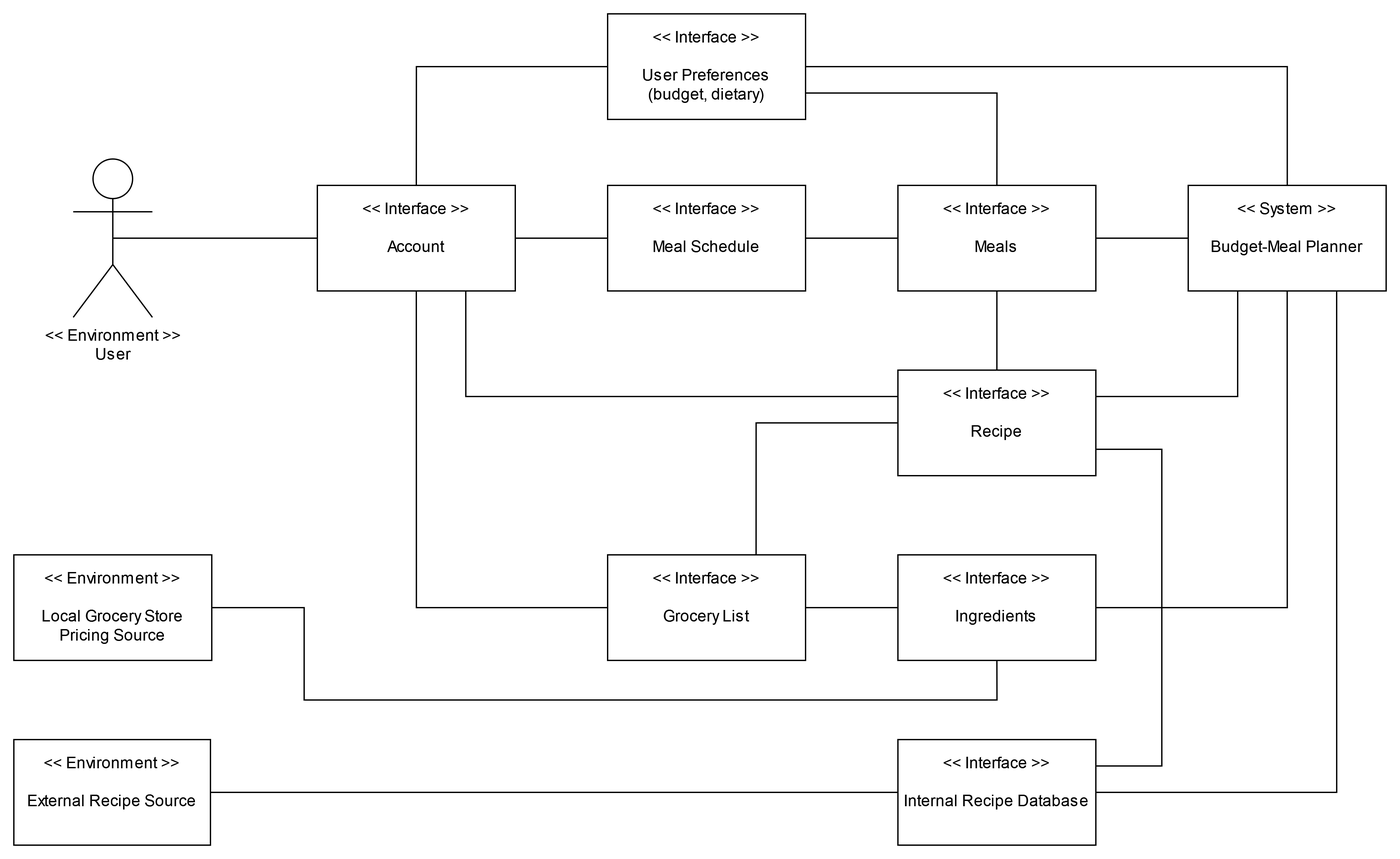
InvisCo/SE463-scenario-table-generator keeps this draw.io diagram as images/Domain_Model.png. Above is the earlier version. Source tidied: cells renumbered, new cells last; positions are measured from the earlier drawing's top-left corner, leaving out a move shared by most shapes.
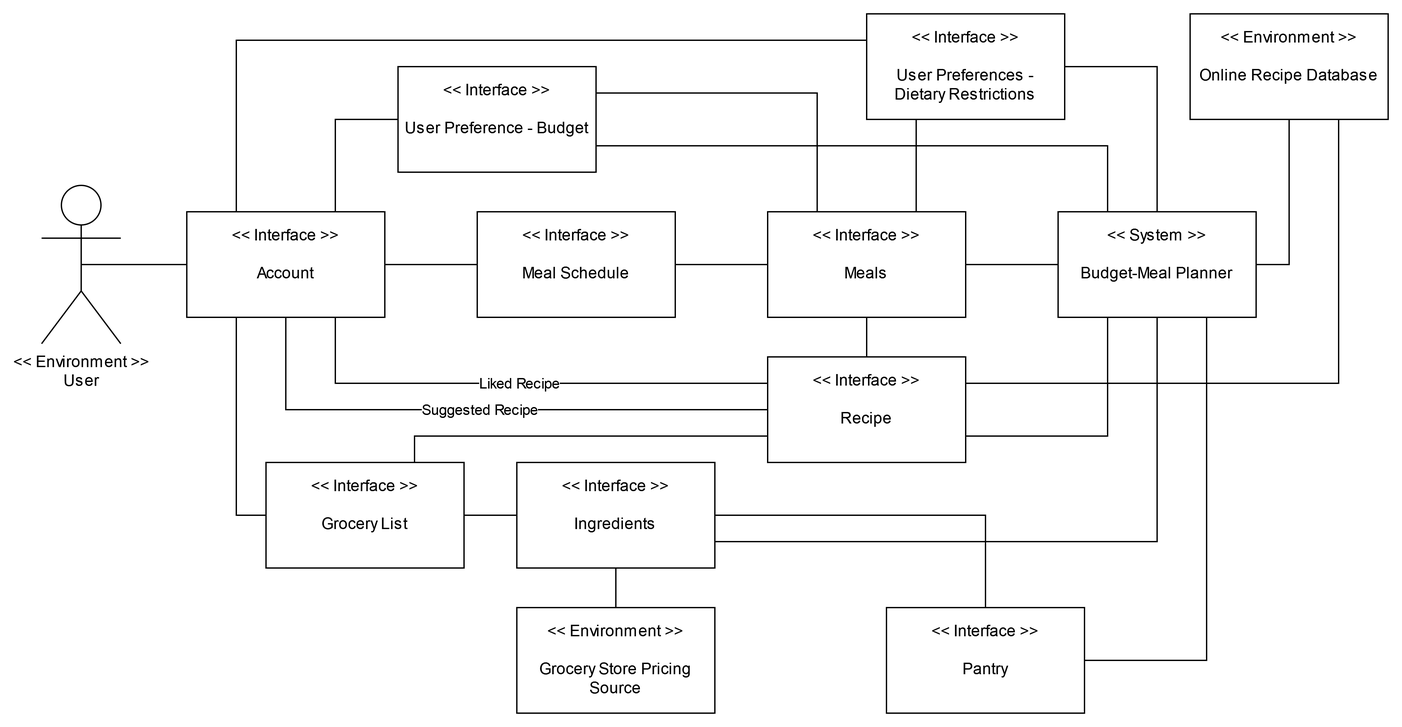
After the commit.

Change to the diagram source:
```diff
@@ -5,103 +5,115 @@
     <mxCell id="2" style="edgeStyle=none;rounded=0;jettySize=auto;html=1;endArrow=none;endFill=0;exitX=0.5;exitY=0.5;exitDx=0;exitDy=0;exitPerimeter=0;" parent="1" edge="1" source="31" target="9">
       <mxGeometry relative="1" as="geometry" />
     </mxCell>
-    <mxCell id="3" style="edgeStyle=orthogonalEdgeStyle;rounded=0;jettySize=auto;html=1;exitX=1;exitY=0.5;exitDx=0;exitDy=0;entryX=0.5;entryY=1;entryDx=0;entryDy=0;endArrow=none;endFill=0;" parent="1" edge="1" source="4" target="25">
-      <mxGeometry relative="1" as="geometry">
-        <Array as="points">
-          <mxPoint x="220" y="450" />
-          <mxPoint x="220" y="520" />
-          <mxPoint x="745" y="520" />
-        </Array>
-      </mxGeometry>
+    <mxCell id="3" style="edgeStyle=orthogonalEdgeStyle;rounded=0;jettySize=auto;html=1;exitX=0.5;exitY=0;exitDx=0;exitDy=0;entryX=0.5;entryY=1;entryDx=0;entryDy=0;endArrow=none;endFill=0;" parent="1" edge="1" source="4" target="25">
+      <mxGeometry relative="1" as="geometry" />
     </mxCell>
-    <mxCell id="4" value="&lt;div&gt;&amp;lt;&amp;lt; Environment &amp;gt;&amp;gt;&lt;/div&gt;&lt;div&gt;&lt;br&gt;&lt;/div&gt;&lt;div&gt;Local Grocery Store Pricing Source&lt;br&gt;&lt;/div&gt;" style="rounded=0;whiteSpace=wrap;html=1;spacing=6;horizontal=1;verticalAlign=top;" parent="1" vertex="1">
-      <mxGeometry y="410" width="150" height="80" as="geometry" />
+    <mxCell id="4" value="&lt;div&gt;&amp;lt;&amp;lt; Environment &amp;gt;&amp;gt;&lt;/div&gt;&lt;div&gt;&lt;br&gt;&lt;/div&gt;&lt;div&gt;Grocery Store Pricing Source&lt;br&gt;&lt;/div&gt;" style="rounded=0;whiteSpace=wrap;html=1;spacing=6;horizontal=1;verticalAlign=top;" parent="1" vertex="1">
+      <mxGeometry x="400" y="520" width="150" height="80" as="geometry" />
     </mxCell>
-    <mxCell id="5" style="edgeStyle=orthogonalEdgeStyle;rounded=0;jettySize=auto;html=1;exitX=0.5;exitY=0;exitDx=0;exitDy=0;entryX=0;entryY=0.5;entryDx=0;entryDy=0;endArrow=none;endFill=0;" parent="1" edge="1" source="9" target="23">
+    <mxCell id="5" style="edgeStyle=orthogonalEdgeStyle;rounded=0;jettySize=auto;html=1;exitX=0.75;exitY=0;exitDx=0;exitDy=0;entryX=0;entryY=0.5;entryDx=0;entryDy=0;endArrow=none;endFill=0;" parent="1" edge="1" source="9" target="23">
       <mxGeometry relative="1" as="geometry" />
     </mxCell>
     <mxCell id="6" style="edgeStyle=orthogonalEdgeStyle;rounded=0;jettySize=auto;html=1;exitX=1;exitY=0.5;exitDx=0;exitDy=0;endArrow=none;endFill=0;" parent="1" edge="1" source="9" target="20">
       <mxGeometry relative="1" as="geometry" />
     </mxCell>
-    <mxCell id="7" style="edgeStyle=orthogonalEdgeStyle;rounded=0;jettySize=auto;html=1;exitX=0.75;exitY=1;exitDx=0;exitDy=0;entryX=0;entryY=0.25;entryDx=0;entryDy=0;endArrow=none;endFill=0;" parent="1" edge="1" source="9" target="16">
+    <mxCell id="7" value="Liked Recipe" style="edgeStyle=orthogonalEdgeStyle;rounded=0;jettySize=auto;html=1;exitX=0.75;exitY=1;exitDx=0;exitDy=0;entryX=0;entryY=0.25;entryDx=0;entryDy=0;endArrow=none;endFill=0;" parent="1" edge="1" source="9" target="16">
       <mxGeometry relative="1" as="geometry" />
     </mxCell>
-    <mxCell id="8" style="edgeStyle=orthogonalEdgeStyle;rounded=0;jettySize=auto;html=1;exitX=0.5;exitY=1;exitDx=0;exitDy=0;entryX=0;entryY=0.5;entryDx=0;entryDy=0;endArrow=none;endFill=0;" parent="1" edge="1" source="9" target="27">
+    <mxCell id="8" style="edgeStyle=orthogonalEdgeStyle;rounded=0;jettySize=auto;html=1;exitX=0.25;exitY=1;exitDx=0;exitDy=0;entryX=0;entryY=0.5;entryDx=0;entryDy=0;endArrow=none;endFill=0;" parent="1" edge="1" source="9" target="27">
       <mxGeometry relative="1" as="geometry" />
     </mxCell>
     <mxCell id="9" value="&lt;div&gt;&amp;lt;&amp;lt; Interface &amp;gt;&amp;gt;&lt;/div&gt;&lt;div&gt;&lt;br&gt;&lt;/div&gt;&lt;div&gt;Account&lt;/div&gt;" style="rounded=0;whiteSpace=wrap;html=1;spacing=6;horizontal=1;verticalAlign=top;" parent="1" vertex="1">
-      <mxGeometry x="230" y="130" width="150" height="80" as="geometry" />
+      <mxGeometry x="150" y="220" width="150" height="80" as="geometry" />
     </mxCell>
     <mxCell id="10" value="&lt;div&gt;&amp;lt;&amp;lt; System &amp;gt;&amp;gt;&lt;/div&gt;&lt;div&gt;&lt;br&gt;&lt;/div&gt;&lt;div&gt;Budget-Meal Planner&lt;br&gt;&lt;/div&gt;" style="rounded=0;whiteSpace=wrap;html=1;spacing=6;horizontal=1;verticalAlign=top;" parent="1" vertex="1">
-      <mxGeometry x="890" y="130" width="150" height="80" as="geometry" />
+      <mxGeometry x="810" y="220" width="150" height="80" as="geometry" />
     </mxCell>
     <mxCell id="11" style="edgeStyle=orthogonalEdgeStyle;rounded=0;jettySize=auto;html=1;exitX=1;exitY=0.5;exitDx=0;exitDy=0;entryX=0;entryY=0.5;entryDx=0;entryDy=0;endArrow=none;endFill=0;" parent="1" edge="1" source="12" target="10">
       <mxGeometry relative="1" as="geometry" />
     </mxCell>
     <mxCell id="12" value="&lt;div&gt;&amp;lt;&amp;lt; Interface &amp;gt;&amp;gt;&lt;/div&gt;&lt;div&gt;&lt;br&gt;&lt;/div&gt;Meals" style="rounded=0;whiteSpace=wrap;html=1;spacing=6;horizontal=1;verticalAlign=top;" parent="1" vertex="1">
-      <mxGeometry x="670" y="130" width="150" height="80" as="geometry" />
+      <mxGeometry x="590" y="220" width="150" height="80" as="geometry" />
     </mxCell>
-    <mxCell id="13" style="edgeStyle=orthogonalEdgeStyle;rounded=0;jettySize=auto;html=1;exitX=0;exitY=0.5;exitDx=0;exitDy=0;entryX=0.75;entryY=0;entryDx=0;entryDy=0;endArrow=none;endFill=0;" parent="1" edge="1" source="16" target="27">
+    <mxCell id="13" style="edgeStyle=orthogonalEdgeStyle;rounded=0;jettySize=auto;html=1;exitX=0;exitY=0.75;exitDx=0;exitDy=0;entryX=0.75;entryY=0;entryDx=0;entryDy=0;endArrow=none;endFill=0;" parent="1" edge="1" source="16" target="27">
       <mxGeometry relative="1" as="geometry" />
     </mxCell>
     <mxCell id="14" style="edgeStyle=orthogonalEdgeStyle;rounded=0;jettySize=auto;html=1;exitX=0.5;exitY=0;exitDx=0;exitDy=0;entryX=0.5;entryY=1;entryDx=0;entryDy=0;endArrow=none;endFill=0;" parent="1" edge="1" source="16" target="12">
       <mxGeometry relative="1" as="geometry" />
     </mxCell>
-    <mxCell id="15" style="edgeStyle=orthogonalEdgeStyle;rounded=0;jettySize=auto;html=1;exitX=1;exitY=0.25;exitDx=0;exitDy=0;entryX=0.25;entryY=1;entryDx=0;entryDy=0;endArrow=none;endFill=0;" parent="1" edge="1" source="16" target="10">
+    <mxCell id="15" style="edgeStyle=orthogonalEdgeStyle;rounded=0;jettySize=auto;html=1;exitX=1;exitY=0.75;exitDx=0;exitDy=0;entryX=0.25;entryY=1;entryDx=0;entryDy=0;endArrow=none;endFill=0;" parent="1" edge="1" source="16" target="10">
       <mxGeometry relative="1" as="geometry" />
     </mxCell>
+    <mxCell id="32" value="Suggested Recipe" style="edgeStyle=orthogonalEdgeStyle;rounded=0;jettySize=auto;html=1;exitX=0;exitY=0.5;exitDx=0;exitDy=0;entryX=0.5;entryY=1;entryDx=0;entryDy=0;endArrow=none;endFill=0;" parent="1" edge="1" source="16" target="9">
+      <mxGeometry relative="1" as="geometry" />
+    </mxCell>
+    <mxCell id="33" style="edgeStyle=orthogonalEdgeStyle;rounded=0;jettySize=auto;html=1;exitX=1;exitY=0.25;exitDx=0;exitDy=0;entryX=0.75;entryY=1;entryDx=0;entryDy=0;endArrow=none;endFill=0;" parent="1" edge="1" source="16" target="30">
+      <mxGeometry relative="1" as="geometry" />
+    </mxCell>
     <mxCell id="16" value="&lt;div&gt;&amp;lt;&amp;lt; Interface &amp;gt;&amp;gt;&lt;/div&gt;&lt;div&gt;&lt;br&gt;&lt;/div&gt;Recipe" style="rounded=0;whiteSpace=wrap;html=1;spacing=6;horizontal=1;verticalAlign=top;" parent="1" vertex="1">
-      <mxGeometry x="670" y="270" width="150" height="80" as="geometry" />
+      <mxGeometry x="590" y="330" width="150" height="80" as="geometry" />
     </mxCell>
-    <mxCell id="17" style="edgeStyle=orthogonalEdgeStyle;rounded=0;jettySize=auto;html=1;exitX=1;exitY=0.5;exitDx=0;exitDy=0;endArrow=none;endFill=0;" parent="1" edge="1" source="18" target="30">
-      <mxGeometry relative="1" as="geometry" />
-    </mxCell>
-    <mxCell id="18" value="&lt;div&gt;&amp;lt;&amp;lt; Environment &amp;gt;&amp;gt;&lt;/div&gt;&lt;div&gt;&lt;br&gt;&lt;/div&gt;&lt;div&gt;External Recipe Source&lt;br&gt;&lt;/div&gt;" style="rounded=0;whiteSpace=wrap;html=1;spacing=6;horizontal=1;verticalAlign=top;" parent="1" vertex="1">
-      <mxGeometry y="550" width="149" height="80" as="geometry" />
-    </mxCell>
     <mxCell id="19" style="edgeStyle=orthogonalEdgeStyle;rounded=0;jettySize=auto;html=1;exitX=1;exitY=0.5;exitDx=0;exitDy=0;entryX=0;entryY=0.5;entryDx=0;entryDy=0;endArrow=none;endFill=0;" parent="1" edge="1" source="20" target="12">
       <mxGeometry relative="1" as="geometry" />
     </mxCell>
     <mxCell id="20" value="&lt;div&gt;&amp;lt;&amp;lt; Interface &amp;gt;&amp;gt;&lt;/div&gt;&lt;div&gt;&lt;br&gt;&lt;/div&gt;Meal Schedule" style="rounded=0;whiteSpace=wrap;html=1;spacing=6;horizontal=1;verticalAlign=top;" parent="1" vertex="1">
-      <mxGeometry x="450" y="130" width="150" height="80" as="geometry" />
+      <mxGeometry x="370" y="220" width="150" height="80" as="geometry" />
     </mxCell>
-    <mxCell id="21" style="edgeStyle=orthogonalEdgeStyle;rounded=0;jettySize=auto;html=1;exitX=1;exitY=0.75;exitDx=0;exitDy=0;entryX=0.5;entryY=0;entryDx=0;entryDy=0;endArrow=none;endFill=0;" parent="1" edge="1" source="23" target="12">
+    <mxCell id="21" style="edgeStyle=orthogonalEdgeStyle;rounded=0;jettySize=auto;html=1;exitX=1;exitY=0.25;exitDx=0;exitDy=0;entryX=0.25;entryY=0;entryDx=0;entryDy=0;endArrow=none;endFill=0;" parent="1" edge="1" source="23" target="12">
       <mxGeometry relative="1" as="geometry" />
     </mxCell>
-    <mxCell id="22" style="edgeStyle=orthogonalEdgeStyle;rounded=0;jettySize=auto;html=1;exitX=1;exitY=0.5;exitDx=0;exitDy=0;endArrow=none;endFill=0;" parent="1" edge="1" source="23" target="10">
+    <mxCell id="22" style="edgeStyle=orthogonalEdgeStyle;rounded=0;jettySize=auto;html=1;exitX=1;exitY=0.75;exitDx=0;exitDy=0;endArrow=none;endFill=0;entryX=0.25;entryY=0;entryDx=0;entryDy=0;" parent="1" edge="1" source="23" target="10">
       <mxGeometry relative="1" as="geometry" />
     </mxCell>
-    <mxCell id="23" value="&lt;div&gt;&amp;lt;&amp;lt; Interface &amp;gt;&amp;gt;&lt;/div&gt;&lt;div&gt;&lt;br&gt;&lt;/div&gt;&lt;div&gt;User Preferences&lt;/div&gt;&lt;div&gt;(budget, dietary)&lt;br&gt;&lt;/div&gt;" style="rounded=0;whiteSpace=wrap;html=1;spacing=6;horizontal=1;verticalAlign=top;" parent="1" vertex="1">
-      <mxGeometry x="450" width="150" height="80" as="geometry" />
+    <mxCell id="23" value="&lt;div&gt;&amp;lt;&amp;lt; Interface &amp;gt;&amp;gt;&lt;/div&gt;&lt;div&gt;&lt;br&gt;&lt;/div&gt;&lt;div&gt;User Preference - Budget&lt;br&gt;&lt;/div&gt;" style="rounded=0;whiteSpace=wrap;html=1;spacing=6;horizontal=1;verticalAlign=top;" parent="1" vertex="1">
+      <mxGeometry x="310" y="110" width="150" height="80" as="geometry" />
     </mxCell>
-    <mxCell id="24" style="edgeStyle=orthogonalEdgeStyle;rounded=0;jettySize=auto;html=1;exitX=1;exitY=0.5;exitDx=0;exitDy=0;entryX=0.5;entryY=1;entryDx=0;entryDy=0;endArrow=none;endFill=0;" parent="1" edge="1" source="25" target="10">
-      <mxGeometry relative="1" as="geometry" />
+    <mxCell id="24" style="edgeStyle=orthogonalEdgeStyle;rounded=0;jettySize=auto;html=1;exitX=0.5;exitY=0;exitDx=0;exitDy=0;entryX=0.5;entryY=1;entryDx=0;entryDy=0;endArrow=none;endFill=0;" parent="1" edge="1" source="25" target="10">
+      <mxGeometry relative="1" as="geometry">
+        <Array as="points">
+          <mxPoint x="535" y="470" />
+          <mxPoint x="885" y="470" />
+        </Array>
+      </mxGeometry>
     </mxCell>
+    <mxCell id="34" style="edgeStyle=orthogonalEdgeStyle;rounded=0;jettySize=auto;html=1;endArrow=none;endFill=0;" parent="1" edge="1" source="25" target="36">
+      <mxGeometry relative="1" as="geometry" />
+    </mxCell>
     <mxCell id="25" value="&lt;div&gt;&amp;lt;&amp;lt; Interface &amp;gt;&amp;gt;&lt;/div&gt;&lt;div&gt;&lt;br&gt;&lt;/div&gt;Ingredients" style="rounded=0;whiteSpace=wrap;html=1;spacing=6;horizontal=1;verticalAlign=top;" parent="1" vertex="1">
-      <mxGeometry x="670" y="410" width="150" height="80" as="geometry" />
+      <mxGeometry x="400" y="410" width="150" height="80" as="geometry" />
     </mxCell>
     <mxCell id="26" style="edgeStyle=orthogonalEdgeStyle;rounded=0;jettySize=auto;html=1;exitX=1;exitY=0.5;exitDx=0;exitDy=0;entryX=0;entryY=0.5;entryDx=0;entryDy=0;endArrow=none;endFill=0;" parent="1" edge="1" source="27" target="25">
       <mxGeometry relative="1" as="geometry" />
     </mxCell>
     <mxCell id="27" value="&lt;div&gt;&amp;lt;&amp;lt; Interface &amp;gt;&amp;gt;&lt;/div&gt;&lt;div&gt;&lt;br&gt;&lt;/div&gt;Grocery List" style="rounded=0;whiteSpace=wrap;html=1;spacing=6;horizontal=1;verticalAlign=top;" parent="1" vertex="1">
-      <mxGeometry x="450" y="410" width="150" height="80" as="geometry" />
+      <mxGeometry x="210" y="410" width="150" height="80" as="geometry" />
     </mxCell>
-    <mxCell id="28" style="edgeStyle=orthogonalEdgeStyle;rounded=0;jettySize=auto;html=1;exitX=1;exitY=0.25;exitDx=0;exitDy=0;entryX=1;entryY=0.75;entryDx=0;entryDy=0;elbow=vertical;endArrow=none;endFill=0;" parent="1" edge="1" source="30" target="16">
-      <mxGeometry relative="1" as="geometry">
-        <Array as="points">
-          <mxPoint x="870" y="570" />
-          <mxPoint x="870" y="330" />
-        </Array>
-      </mxGeometry>
-    </mxCell>
-    <mxCell id="29" style="edgeStyle=orthogonalEdgeStyle;rounded=0;jettySize=auto;html=1;exitX=1;exitY=0.5;exitDx=0;exitDy=0;entryX=0.75;entryY=1;entryDx=0;entryDy=0;endArrow=none;endFill=0;" parent="1" edge="1" source="30" target="10">
+    <mxCell id="29" style="edgeStyle=orthogonalEdgeStyle;rounded=0;jettySize=auto;html=1;exitX=0.5;exitY=1;exitDx=0;exitDy=0;entryX=1;entryY=0.5;entryDx=0;entryDy=0;endArrow=none;endFill=0;" parent="1" edge="1" source="30" target="10">
       <mxGeometry relative="1" as="geometry" />
     </mxCell>
-    <mxCell id="30" value="&lt;div&gt;&amp;lt;&amp;lt; Interface &amp;gt;&amp;gt;&lt;/div&gt;&lt;div&gt;&lt;br&gt;&lt;/div&gt;&lt;div&gt;Internal Recipe Database&lt;br&gt;&lt;/div&gt;" style="rounded=0;whiteSpace=wrap;html=1;spacing=6;horizontal=1;verticalAlign=top;" parent="1" vertex="1">
-      <mxGeometry x="670" y="550" width="150" height="80" as="geometry" />
+    <mxCell id="30" value="&lt;div&gt;&amp;lt;&amp;lt; Environment &amp;gt;&amp;gt;&lt;/div&gt;&lt;div&gt;&lt;br&gt;&lt;/div&gt;Online Recipe Database" style="rounded=0;whiteSpace=wrap;html=1;spacing=6;horizontal=1;verticalAlign=top;" parent="1" vertex="1">
+      <mxGeometry x="910" y="70" width="150" height="80" as="geometry" />
     </mxCell>
     <mxCell id="31" value="&amp;lt;&amp;lt; Environment &amp;gt;&amp;gt;&lt;br&gt;User" style="shape=umlActor;verticalLabelPosition=bottom;verticalAlign=top;html=1;outlineConnect=0;" parent="1" vertex="1">
-      <mxGeometry x="45" y="110" width="60" height="120" as="geometry" />
+      <mxGeometry x="40" y="200" width="60" height="120" as="geometry" />
     </mxCell>
+    <mxCell id="35" style="edgeStyle=orthogonalEdgeStyle;rounded=0;jettySize=auto;html=1;exitX=1;exitY=0.5;exitDx=0;exitDy=0;entryX=0.75;entryY=1;entryDx=0;entryDy=0;endArrow=none;endFill=0;" parent="1" edge="1" source="36" target="10">
+      <mxGeometry relative="1" as="geometry" />
+    </mxCell>
+    <mxCell id="36" value="&lt;div&gt;&amp;lt;&amp;lt; Interface &amp;gt;&amp;gt;&lt;/div&gt;&lt;div&gt;&lt;br&gt;&lt;/div&gt;Pantry" style="rounded=0;whiteSpace=wrap;html=1;spacing=6;horizontal=1;verticalAlign=top;" parent="1" vertex="1">
+      <mxGeometry x="680" y="520" width="150" height="80" as="geometry" />
+    </mxCell>
+    <mxCell id="37" style="rounded=0;jettySize=auto;html=1;exitX=0.25;exitY=1;exitDx=0;exitDy=0;entryX=0.75;entryY=0;entryDx=0;entryDy=0;endArrow=none;endFill=0;edgeStyle=orthogonalEdgeStyle;" parent="1" edge="1" source="40" target="12">
+      <mxGeometry relative="1" as="geometry" />
+    </mxCell>
+    <mxCell id="38" style="edgeStyle=orthogonalEdgeStyle;rounded=0;jettySize=auto;html=1;exitX=0;exitY=0.25;exitDx=0;exitDy=0;entryX=0.25;entryY=0;entryDx=0;entryDy=0;endArrow=none;endFill=0;" parent="1" edge="1" source="40" target="9">
+      <mxGeometry relative="1" as="geometry" />
+    </mxCell>
+    <mxCell id="39" style="edgeStyle=orthogonalEdgeStyle;rounded=0;jettySize=auto;html=1;exitX=1;exitY=0.5;exitDx=0;exitDy=0;entryX=0.5;entryY=0;entryDx=0;entryDy=0;endArrow=none;endFill=0;" parent="1" edge="1" source="40" target="10">
+      <mxGeometry relative="1" as="geometry" />
+    </mxCell>
+    <mxCell id="40" value="&lt;div&gt;&amp;lt;&amp;lt; Interface &amp;gt;&amp;gt;&lt;/div&gt;&lt;div&gt;&lt;br&gt;&lt;/div&gt;&lt;div&gt;User Preferences - Dietary Restrictions&lt;br&gt;&lt;/div&gt;" style="rounded=0;whiteSpace=wrap;html=1;spacing=6;horizontal=1;verticalAlign=top;" parent="1" vertex="1">
+      <mxGeometry x="665" y="70" width="150" height="80" as="geometry" />
+    </mxCell>
   </root>
 </mxGraphModel>
```
